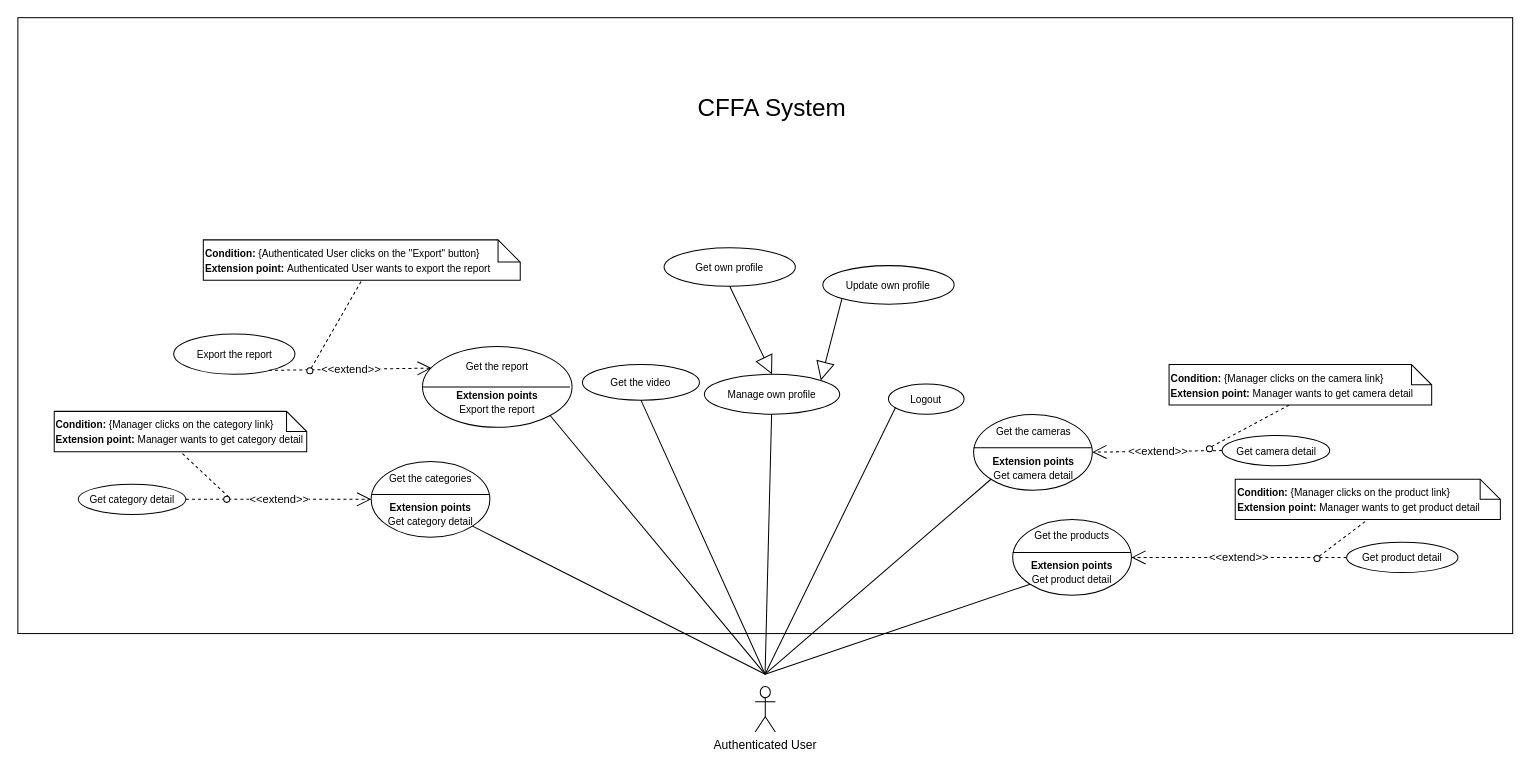
Before: page "Authen" (2 of 5) of Users/HuuDN/UsecaseDiagram/UsecaseOverview.drawio in luannmdev/CapstoneDocument, a draw.io diagram. Source tidied: cells renumbered, new cells numbered last; positions are measured from the earlier drawing's top-left corner, leaving out a move shared by most shapes. Both pictures are drawn from the tidied source at 101%, with x=0, y=0 at pixel (17, 17).
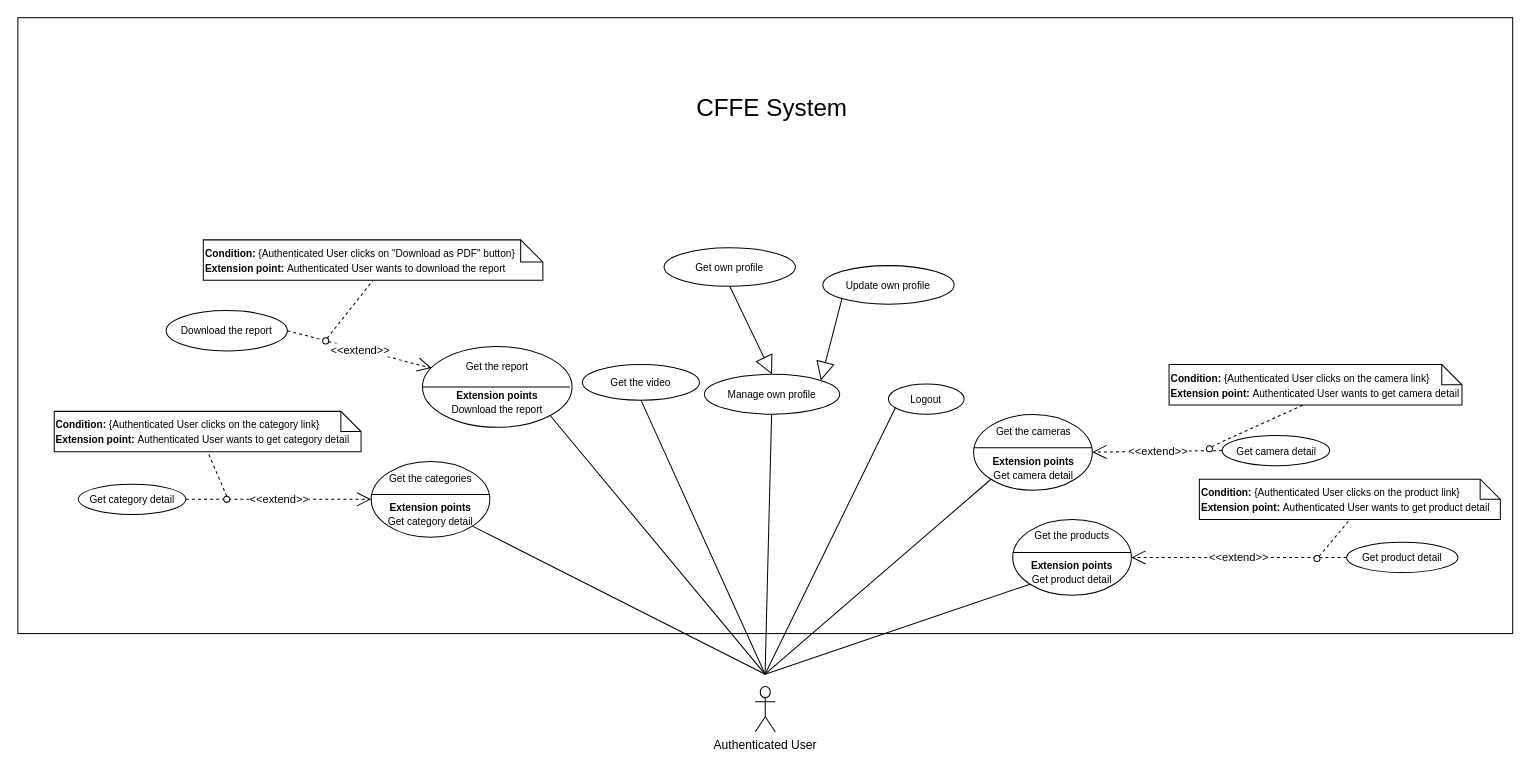
The same page after the edit.

Unchanged cells that the change refers to:
```xml
<mxCell id="38" style="ellipse;whiteSpace=wrap;html=1;" parent="1" vertex="1">
  <mxGeometry x="204" y="473.9" width="6" height="6" as="geometry" />
</mxCell>
```

Change to the diagram source:
```diff
@@
-    <mxCell id="3" value="&lt;span style=&quot;font-size: 24px&quot;&gt;CFFA System&lt;/span&gt;" style="text;html=1;strokeColor=none;fillColor=none;align=center;verticalAlign=middle;whiteSpace=wrap;rounded=0;" parent="1" vertex="1">
+    <mxCell id="3" value="&lt;span style=&quot;font-size: 24px&quot;&gt;CFFE System&lt;/span&gt;" style="text;html=1;strokeColor=none;fillColor=none;align=center;verticalAlign=middle;whiteSpace=wrap;rounded=0;" parent="1" vertex="1">
       <mxGeometry x="581.9" y="80" width="330" height="20" as="geometry" />
     </mxCell>
-    <mxCell id="4" value="&lt;font style=&quot;font-size: 10px&quot;&gt;Get the report&lt;br&gt;&lt;br&gt;&lt;b&gt;Extension points&lt;br&gt;&lt;/b&gt;Export the report&lt;br&gt;&lt;/font&gt;" style="ellipse;whiteSpace=wrap;html=1;fillColor=#ffffff;gradientColor=none;" parent="1" vertex="1">
+    <mxCell id="4" value="&lt;font style=&quot;font-size: 10px&quot;&gt;Get the report&lt;br&gt;&lt;br&gt;&lt;b&gt;Extension points&lt;br&gt;&lt;/b&gt;Download the report&lt;br&gt;&lt;/font&gt;" style="ellipse;whiteSpace=wrap;html=1;fillColor=#ffffff;gradientColor=none;" parent="1" vertex="1">
       <mxGeometry x="400.8" y="325.6" width="148.1" height="80" as="geometry" />
     </mxCell>
@@
-    <mxCell id="13" value="&lt;font style=&quot;font-size: 10px&quot;&gt;&lt;b&gt;Condition: &lt;/b&gt;{Manager&amp;nbsp;clicks on the&amp;nbsp;&lt;span style=&quot;text-align: center&quot;&gt;product&lt;/span&gt;&amp;nbsp;link}&lt;br&gt;&lt;b&gt;Extension point:&amp;nbsp;&lt;/b&gt;Manager&amp;nbsp;wants to get&amp;nbsp;&lt;span style=&quot;text-align: center&quot;&gt;product&lt;/span&gt;&amp;nbsp;detail&lt;/font&gt;" style="shape=note;size=20;whiteSpace=wrap;html=1;align=left;" parent="1" vertex="1">
-      <mxGeometry x="1205.5" y="456.9" width="262.5" height="40" as="geometry" />
+    <mxCell id="13" value="&lt;font style=&quot;font-size: 10px&quot;&gt;&lt;b&gt;Condition: &lt;/b&gt;{Authenticated User&amp;nbsp;clicks on the&amp;nbsp;&lt;span style=&quot;text-align: center&quot;&gt;product&lt;/span&gt;&amp;nbsp;link}&lt;br&gt;&lt;b&gt;Extension point:&amp;nbsp;&lt;/b&gt;Authenticated User&amp;nbsp;wants to get&amp;nbsp;&lt;span style=&quot;text-align: center&quot;&gt;product&lt;/span&gt;&amp;nbsp;detail&lt;/font&gt;" style="shape=note;size=20;whiteSpace=wrap;html=1;align=left;" parent="1" vertex="1">
+      <mxGeometry x="1170" y="456.9" width="298" height="40" as="geometry" />
     </mxCell>
@@
-    <mxCell id="20" value="&lt;font style=&quot;font-size: 10px&quot;&gt;&lt;b&gt;Condition: &lt;/b&gt;{Manager&amp;nbsp;clicks on the&amp;nbsp;&lt;span style=&quot;text-align: center&quot;&gt;camera&lt;/span&gt;&amp;nbsp;link}&lt;br&gt;&lt;b&gt;Extension point:&amp;nbsp;&lt;/b&gt;Manager&amp;nbsp;wants to get&amp;nbsp;&lt;span style=&quot;text-align: center&quot;&gt;camera&lt;/span&gt;&amp;nbsp;detail&lt;/font&gt;" style="shape=note;size=20;whiteSpace=wrap;html=1;align=left;" parent="1" vertex="1">
-      <mxGeometry x="1140" y="343.5" width="260" height="40" as="geometry" />
+    <mxCell id="20" value="&lt;font style=&quot;font-size: 10px&quot;&gt;&lt;b&gt;Condition: &lt;/b&gt;{Authenticated User&amp;nbsp;clicks on the&amp;nbsp;&lt;span style=&quot;text-align: center&quot;&gt;camera&lt;/span&gt;&amp;nbsp;link}&lt;br&gt;&lt;b&gt;Extension point:&amp;nbsp;&lt;/b&gt;Authenticated User&amp;nbsp;wants to get&amp;nbsp;&lt;span style=&quot;text-align: center&quot;&gt;camera&lt;/span&gt;&amp;nbsp;detail&lt;/font&gt;" style="shape=note;size=20;whiteSpace=wrap;html=1;align=left;" parent="1" vertex="1">
+      <mxGeometry x="1140" y="343.5" width="290" height="40" as="geometry" />
     </mxCell>
@@
-    <mxCell id="24" value="&lt;font style=&quot;font-size: 10px&quot;&gt;Export the report&lt;/font&gt;" style="ellipse;whiteSpace=wrap;html=1;" parent="1" vertex="1">
-      <mxGeometry x="154.5" y="313.1" width="120" height="40" as="geometry" />
+    <mxCell id="24" value="&lt;font style=&quot;font-size: 10px&quot;&gt;Download the report&lt;/font&gt;" style="ellipse;whiteSpace=wrap;html=1;" parent="1" vertex="1">
+      <mxGeometry x="147" y="290" width="120" height="40" as="geometry" />
     </mxCell>
-    <mxCell id="25" value="&amp;lt;&amp;lt;extend&amp;gt;&amp;gt;" style="endArrow=open;endSize=12;dashed=1;html=1;exitX=0.786;exitY=0.902;exitDx=0;exitDy=0;entryX=0.061;entryY=0.267;entryDx=0;entryDy=0;exitPerimeter=0;entryPerimeter=0;" parent="1" edge="1" source="24" target="4">
+    <mxCell id="25" value="&amp;lt;&amp;lt;extend&amp;gt;&amp;gt;" style="endArrow=open;endSize=12;dashed=1;html=1;exitX=1;exitY=0.5;exitDx=0;exitDy=0;entryX=0.061;entryY=0.267;entryDx=0;entryDy=0;entryPerimeter=0;" parent="1" edge="1" source="24" target="4">
       <mxGeometry relative="1" as="geometry" />
     </mxCell>
-    <mxCell id="26" value="&lt;b style=&quot;font-size: 10px&quot;&gt;Condition:&amp;nbsp;&lt;/b&gt;&lt;span style=&quot;font-size: 10px&quot;&gt;{Authenticated User&lt;/span&gt;&lt;span style=&quot;font-size: 10px&quot;&gt;&amp;nbsp;clicks on the&amp;nbsp;&lt;/span&gt;&lt;span style=&quot;font-size: 10px ; text-align: center&quot;&gt;&quot;Export&quot;&lt;/span&gt;&lt;span style=&quot;font-size: 10px&quot;&gt;&amp;nbsp;button}&lt;/span&gt;&lt;br style=&quot;font-size: 10px&quot;&gt;&lt;b style=&quot;font-size: 10px&quot;&gt;Extension point:&amp;nbsp;&lt;/b&gt;&lt;span style=&quot;font-size: 10px&quot;&gt;Authenticated User&lt;/span&gt;&lt;span style=&quot;font-size: 10px&quot;&gt;&amp;nbsp;wants to export the&amp;nbsp;&lt;/span&gt;&lt;span style=&quot;font-size: 10px ; text-align: center&quot;&gt;report&lt;/span&gt;" style="shape=note;size=22;whiteSpace=wrap;html=1;align=left;" parent="1" vertex="1">
-      <mxGeometry x="183.8" y="220" width="313.8" height="40" as="geometry" />
+    <mxCell id="26" value="&lt;b style=&quot;font-size: 10px&quot;&gt;Condition:&amp;nbsp;&lt;/b&gt;&lt;span style=&quot;font-size: 10px&quot;&gt;{Authenticated User&lt;/span&gt;&lt;span style=&quot;font-size: 10px&quot;&gt;&amp;nbsp;clicks on&amp;nbsp;&lt;/span&gt;&lt;span style=&quot;font-size: 10px ; text-align: center&quot;&gt;&quot;Download as PDF&quot;&lt;/span&gt;&lt;span style=&quot;font-size: 10px&quot;&gt;&amp;nbsp;button}&lt;/span&gt;&lt;br style=&quot;font-size: 10px&quot;&gt;&lt;b style=&quot;font-size: 10px&quot;&gt;Extension point:&amp;nbsp;&lt;/b&gt;&lt;span style=&quot;font-size: 10px&quot;&gt;Authenticated User&lt;/span&gt;&lt;span style=&quot;font-size: 10px&quot;&gt;&amp;nbsp;wants to download the&amp;nbsp;&lt;/span&gt;&lt;span style=&quot;font-size: 10px ; text-align: center&quot;&gt;report&lt;/span&gt;" style="shape=note;size=22;whiteSpace=wrap;html=1;align=left;" parent="1" vertex="1">
+      <mxGeometry x="183.8" y="220" width="336.2" height="40" as="geometry" />
     </mxCell>
@@
     <mxCell id="28" style="ellipse;whiteSpace=wrap;html=1;direction=south;" parent="1" vertex="1">
-      <mxGeometry x="286.3" y="346.6" width="6" height="6" as="geometry" />
+      <mxGeometry x="302" y="317" width="6" height="6" as="geometry" />
     </mxCell>
@@
-    <mxCell id="36" value="&lt;font style=&quot;font-size: 10px&quot;&gt;&lt;b&gt;Condition: &lt;/b&gt;{Manager clicks on the&amp;nbsp;&lt;span style=&quot;text-align: center&quot;&gt;category&lt;/span&gt;&amp;nbsp;link}&lt;br&gt;&lt;b&gt;Extension point:&amp;nbsp;&lt;/b&gt;Manager&amp;nbsp;wants to get&amp;nbsp;&lt;span style=&quot;text-align: center&quot;&gt;category&lt;/span&gt;&amp;nbsp;detail&lt;/font&gt;" style="shape=note;size=20;whiteSpace=wrap;html=1;align=left;" parent="1" vertex="1">
-      <mxGeometry x="36.2" y="389.8" width="250" height="40" as="geometry" />
+    <mxCell id="36" value="&lt;font style=&quot;font-size: 10px&quot;&gt;&lt;b&gt;Condition: &lt;/b&gt;{Authenticated User&amp;nbsp;clicks on the&amp;nbsp;&lt;span style=&quot;text-align: center&quot;&gt;category&lt;/span&gt;&amp;nbsp;link}&lt;br&gt;&lt;b&gt;Extension point:&amp;nbsp;&lt;/b&gt;Authenticated User&amp;nbsp;wants to get&amp;nbsp;&lt;span style=&quot;text-align: center&quot;&gt;category&lt;/span&gt;&amp;nbsp;detail&lt;/font&gt;" style="shape=note;size=20;whiteSpace=wrap;html=1;align=left;" parent="1" vertex="1">
+      <mxGeometry x="36.2" y="389.8" width="303.8" height="40" as="geometry" />
     </mxCell>
-    <mxCell id="37" style="endArrow=none;dashed=1;html=1;entryX=0.5;entryY=1;entryDx=0;entryDy=0;entryPerimeter=0;exitX=1;exitY=0;exitDx=0;exitDy=0;" parent="1" edge="1" source="38" target="36">
+    <mxCell id="37" style="endArrow=none;dashed=1;html=1;entryX=0.5;entryY=1;entryDx=0;entryDy=0;entryPerimeter=0;exitX=0.5;exitY=0;exitDx=0;exitDy=0;" parent="1" edge="1" source="38" target="36">
       <mxGeometry relative="1" as="geometry" />
     </mxCell>
```
